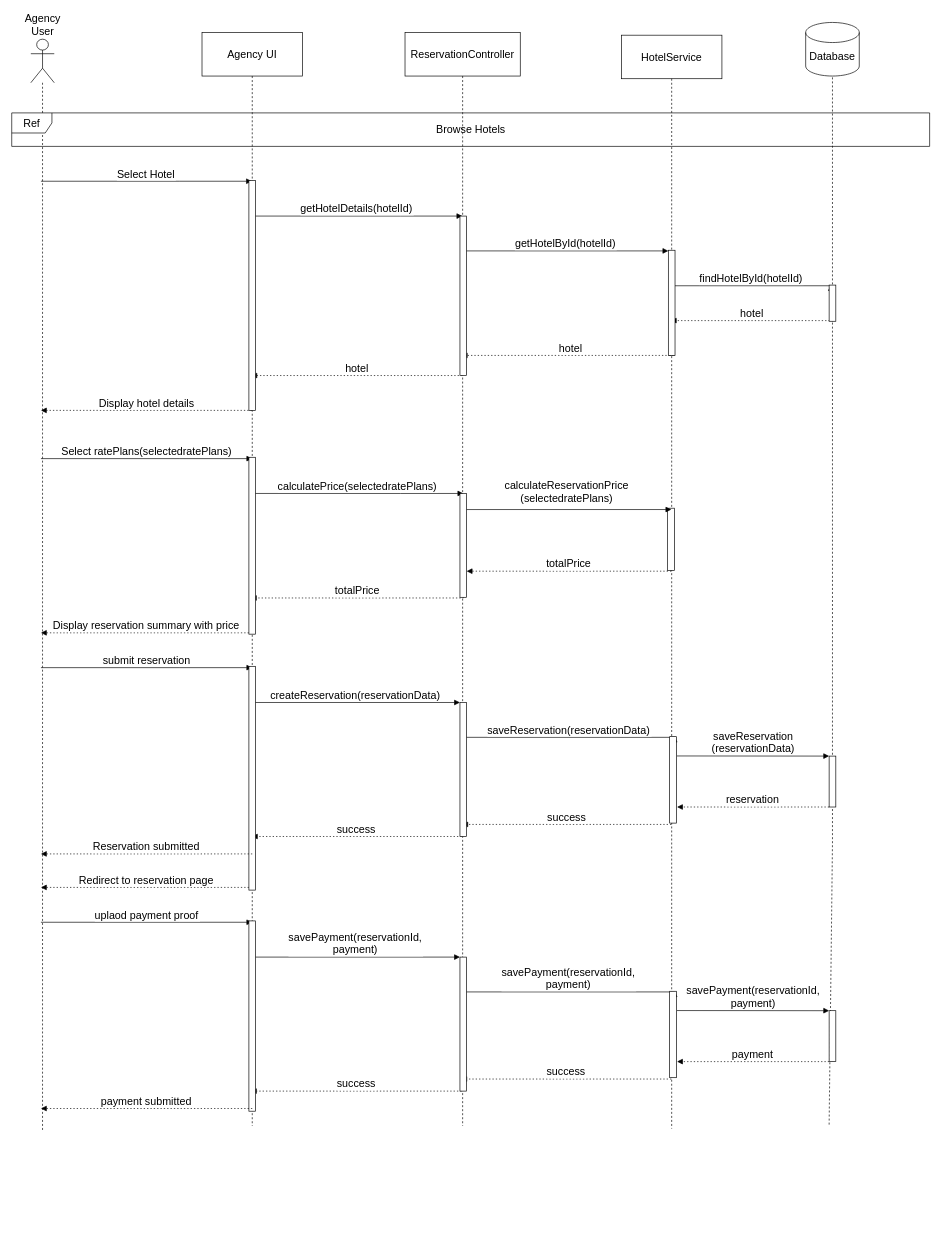
This is page "agency make reservation-part1" (5 of 6) of sequence_diagram.drawio from jawharhmidi02/resrvy_diagrams, a draw.io file, before an edit. Source tidied: cells renumbered, new cells numbered last; positions are measured from the earlier drawing's top-left corner, leaving out a move shared by most shapes. Both pictures are drawn from the tidied source at 67%, with x=0, y=0 at pixel (11, 22).
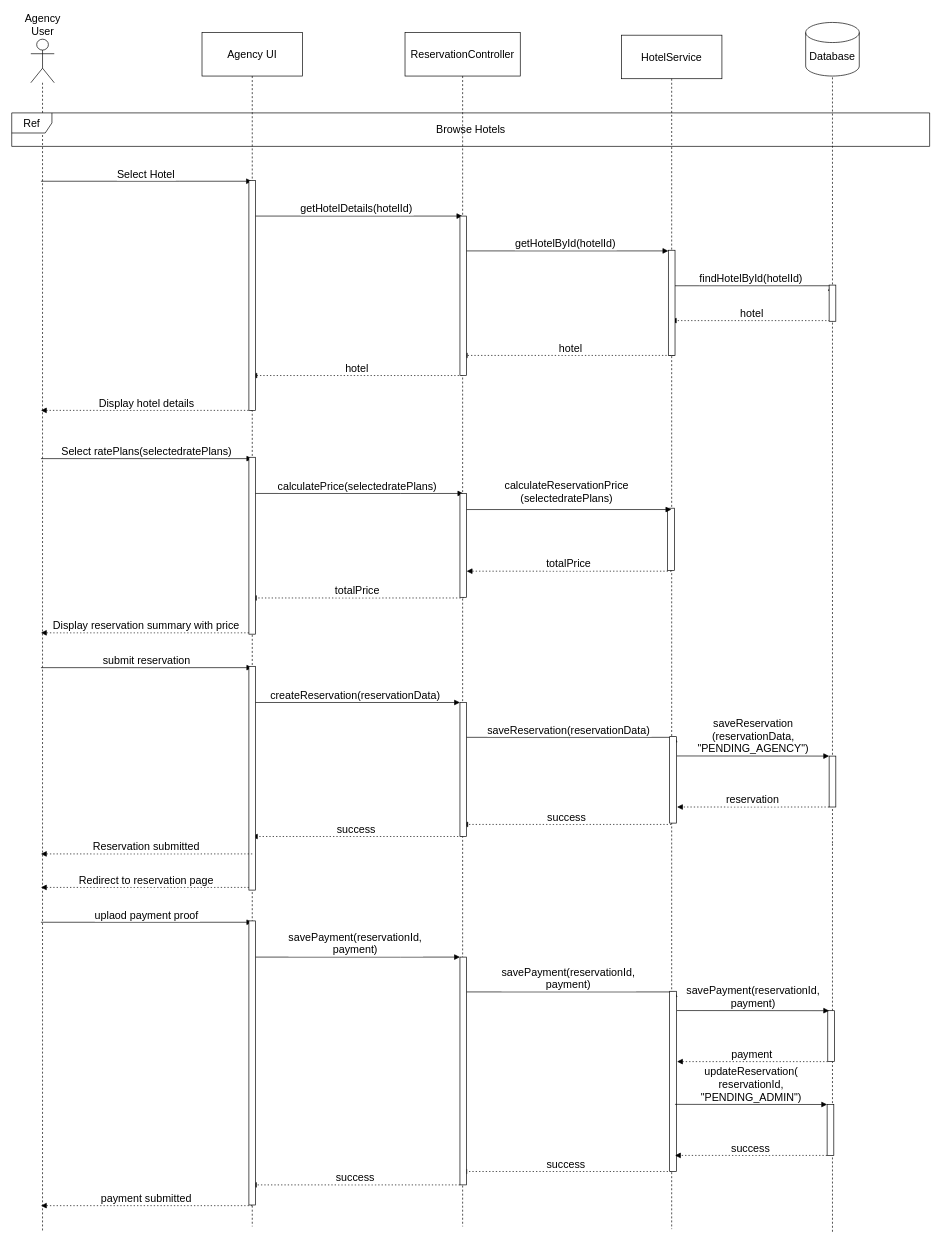
The same diagram, later.

What changed in the source:
```diff
@@
     <mxCell id="4" value="HotelService" style="shape=umlLifeline;perimeter=lifelinePerimeter;whiteSpace=wrap;outlineConnect=0;portConstraint=eastwest;newEdgeStyle={&quot;edgeStyle&quot;:&quot;elbowEdgeStyle&quot;,&quot;elbow&quot;:&quot;vertical&quot;,&quot;curved&quot;:0,&quot;rounded&quot;:0};size=65;fontSize=16;fontStyle=0;" parent="1" vertex="1">
-      <mxGeometry x="910" y="19" width="150" height="1632" as="geometry" />
+      <mxGeometry x="910" y="19" width="150" height="1782" as="geometry" />
     </mxCell>
@@
     <mxCell id="7" value="Agency UI" style="shape=umlLifeline;perimeter=lifelinePerimeter;whiteSpace=wrap;outlineConnect=0;portConstraint=eastwest;newEdgeStyle={&quot;edgeStyle&quot;:&quot;elbowEdgeStyle&quot;,&quot;elbow&quot;:&quot;vertical&quot;,&quot;curved&quot;:0,&quot;rounded&quot;:0};size=65;fontSize=16;fontStyle=0;" parent="1" vertex="1">
-      <mxGeometry x="284" y="15" width="150" height="1632" as="geometry" />
+      <mxGeometry x="284" y="15" width="150" height="1782" as="geometry" />
     </mxCell>
     <mxCell id="8" value="ReservationController" style="shape=umlLifeline;perimeter=lifelinePerimeter;whiteSpace=wrap;outlineConnect=0;portConstraint=eastwest;newEdgeStyle={&quot;edgeStyle&quot;:&quot;elbowEdgeStyle&quot;,&quot;elbow&quot;:&quot;vertical&quot;,&quot;curved&quot;:0,&quot;rounded&quot;:0};size=65;fontSize=16;fontStyle=0;" parent="1" vertex="1">
-      <mxGeometry x="587" y="15" width="172" height="1632" as="geometry" />
+      <mxGeometry x="587" y="15" width="172" height="1782" as="geometry" />
     </mxCell>
@@
     <mxCell id="17" value="Agency User" style="shape=umlLifeline;perimeter=lifelinePerimeter;whiteSpace=wrap;newEdgeStyle={&quot;edgeStyle&quot;:&quot;elbowEdgeStyle&quot;,&quot;elbow&quot;:&quot;vertical&quot;,&quot;curved&quot;:0,&quot;rounded&quot;:0};participant=umlActor;verticalAlign=bottom;labelPosition=center;verticalLabelPosition=top;align=center;size=65;fontSize=16;fontStyle=0;" parent="1" vertex="1">
-      <mxGeometry x="28.5" y="25" width="35" height="1630" as="geometry" />
+      <mxGeometry x="28.5" y="25" width="35" height="1780" as="geometry" />
     </mxCell>
@@
-    <mxCell id="35" value="saveReservation&#10;(reservationData)" style="verticalAlign=bottom;elbow=vertical;rounded=0;endArrow=block;fontSize=16;entryX=0;entryY=0;entryDx=0;entryDy=0;exitX=1.089;exitY=0.378;exitDx=0;exitDy=0;exitPerimeter=0;fontStyle=0;" parent="1" edge="1">
+    <mxCell id="35" value="saveReservation&#10;(reservationData,&#10;&quot;PENDING_AGENCY&quot;)" style="verticalAlign=bottom;elbow=vertical;rounded=0;endArrow=block;fontSize=16;entryX=0;entryY=0;entryDx=0;entryDy=0;exitX=1.089;exitY=0.378;exitDx=0;exitDy=0;exitPerimeter=0;fontStyle=0;" parent="1" edge="1">
       <mxGeometry relative="1" as="geometry">
         <mxPoint x="992.9" y="1094.8" as="sourcePoint" />
         <mxPoint x="1220" y="1095" as="targetPoint" />
       </mxGeometry>
     </mxCell>
@@
     <mxCell id="45" style="endArrow=none;dashed=1;html=1;rounded=0;fontSize=16;fontStyle=0;" parent="1" edge="1">
       <mxGeometry relative="1" as="geometry">
-        <mxPoint x="1220" y="1645" as="sourcePoint" />
+        <mxPoint x="1225" y="1805" as="sourcePoint" />
         <mxPoint x="1225" y="1225" as="targetPoint" />
       </mxGeometry>
     </mxCell>
@@
     <mxCell id="47" style="rounded=0;whiteSpace=wrap;html=1;fontSize=16;fontStyle=0;" parent="1" vertex="1">
-      <mxGeometry x="1220" y="1475" width="10" height="76" as="geometry" />
+      <mxGeometry x="1218" y="1475" width="10" height="76" as="geometry" />
     </mxCell>
@@
     <mxCell id="53" value="success" style="verticalAlign=bottom;edgeStyle=elbowEdgeStyle;elbow=vertical;curved=0;rounded=0;dashed=1;dashPattern=2 3;endArrow=block;fontSize=16;fontStyle=0;" parent="1" edge="1">
       <mxGeometry relative="1" as="geometry">
-        <mxPoint x="984.5" y="1577" as="sourcePoint" />
-        <mxPoint x="671" y="1577" as="targetPoint" />
+        <mxPoint x="984.5" y="1715" as="sourcePoint" />
+        <mxPoint x="671" y="1715" as="targetPoint" />
       </mxGeometry>
     </mxCell>
-    <mxCell id="54" value="success" style="verticalAlign=bottom;edgeStyle=elbowEdgeStyle;elbow=vertical;curved=0;rounded=0;dashed=1;dashPattern=2 3;endArrow=block;fontSize=16;exitX=0.25;exitY=1;exitDx=0;exitDy=0;fontStyle=0;" parent="1" edge="1" source="56">
+    <mxCell id="54" value="success" style="verticalAlign=bottom;edgeStyle=elbowEdgeStyle;elbow=vertical;curved=0;rounded=0;dashed=1;dashPattern=2 3;endArrow=block;fontSize=16;fontStyle=0;" parent="1" edge="1">
       <mxGeometry relative="1" as="geometry">
-        <mxPoint x="357" y="1595" as="targetPoint" />
+        <mxPoint x="669" y="1735" as="sourcePoint" />
+        <mxPoint x="357" y="1735" as="targetPoint" />
         <Array as="points">
-          <mxPoint x="510" y="1595" />
+          <mxPoint x="510" y="1735" />
         </Array>
       </mxGeometry>
     </mxCell>
     <mxCell id="55" style="rounded=0;whiteSpace=wrap;html=1;fontSize=16;fontStyle=0;" parent="1" vertex="1">
-      <mxGeometry x="354" y="1341" width="10" height="284" as="geometry" />
+      <mxGeometry x="354" y="1341" width="10" height="424" as="geometry" />
     </mxCell>
     <mxCell id="56" style="rounded=0;whiteSpace=wrap;html=1;fontSize=16;fontStyle=0;" parent="1" vertex="1">
-      <mxGeometry x="669" y="1395" width="10" height="200" as="geometry" />
+      <mxGeometry x="669" y="1395" width="10" height="340" as="geometry" />
     </mxCell>
     <mxCell id="57" style="rounded=0;whiteSpace=wrap;html=1;fontSize=16;fontStyle=0;" parent="1" vertex="1">
-      <mxGeometry x="982" y="1446" width="10" height="129" as="geometry" />
+      <mxGeometry x="982" y="1446" width="10" height="269" as="geometry" />
     </mxCell>
     <mxCell id="58" value="payment submitted" style="verticalAlign=bottom;edgeStyle=elbowEdgeStyle;elbow=vertical;curved=0;rounded=0;dashed=1;dashPattern=2 3;endArrow=block;fontSize=16;fontStyle=0;" parent="1" edge="1">
       <mxGeometry relative="1" as="geometry">
-        <mxPoint x="359" y="1621" as="sourcePoint" />
-        <mxPoint x="43.6" y="1621" as="targetPoint" />
+        <mxPoint x="359" y="1766" as="sourcePoint" />
+        <mxPoint x="43.6" y="1766" as="targetPoint" />
         <Array as="points">
-          <mxPoint x="254" y="1621" />
+          <mxPoint x="254" y="1766" />
         </Array>
       </mxGeometry>
     </mxCell>
+    <mxCell id="59" style="rounded=0;whiteSpace=wrap;html=1;fontSize=16;fontStyle=0;" parent="1" vertex="1">
+      <mxGeometry x="1217" y="1615" width="10" height="76" as="geometry" />
+    </mxCell>
+    <mxCell id="60" value="updateReservation(&#10;reservationId,&#10;&quot;PENDING_ADMIN&quot;)" style="verticalAlign=bottom;elbow=vertical;rounded=0;endArrow=block;fontSize=16;entryX=0;entryY=0;entryDx=0;entryDy=0;exitX=1.089;exitY=0.378;exitDx=0;exitDy=0;exitPerimeter=0;fontStyle=0;" parent="1" edge="1">
+      <mxGeometry relative="1" as="geometry">
+        <mxPoint x="989.9" y="1614.8" as="sourcePoint" />
+        <mxPoint x="1217" y="1615" as="targetPoint" />
+      </mxGeometry>
+    </mxCell>
+    <mxCell id="61" value="success" style="verticalAlign=bottom;edgeStyle=elbowEdgeStyle;elbow=vertical;curved=0;rounded=0;dashed=1;dashPattern=2 3;endArrow=block;fontSize=16;exitX=0;exitY=1;exitDx=0;exitDy=0;fontStyle=0;" parent="1" edge="1" source="59">
+      <mxGeometry relative="1" as="geometry">
+        <mxPoint x="990" y="1691" as="targetPoint" />
+      </mxGeometry>
+    </mxCell>
```
